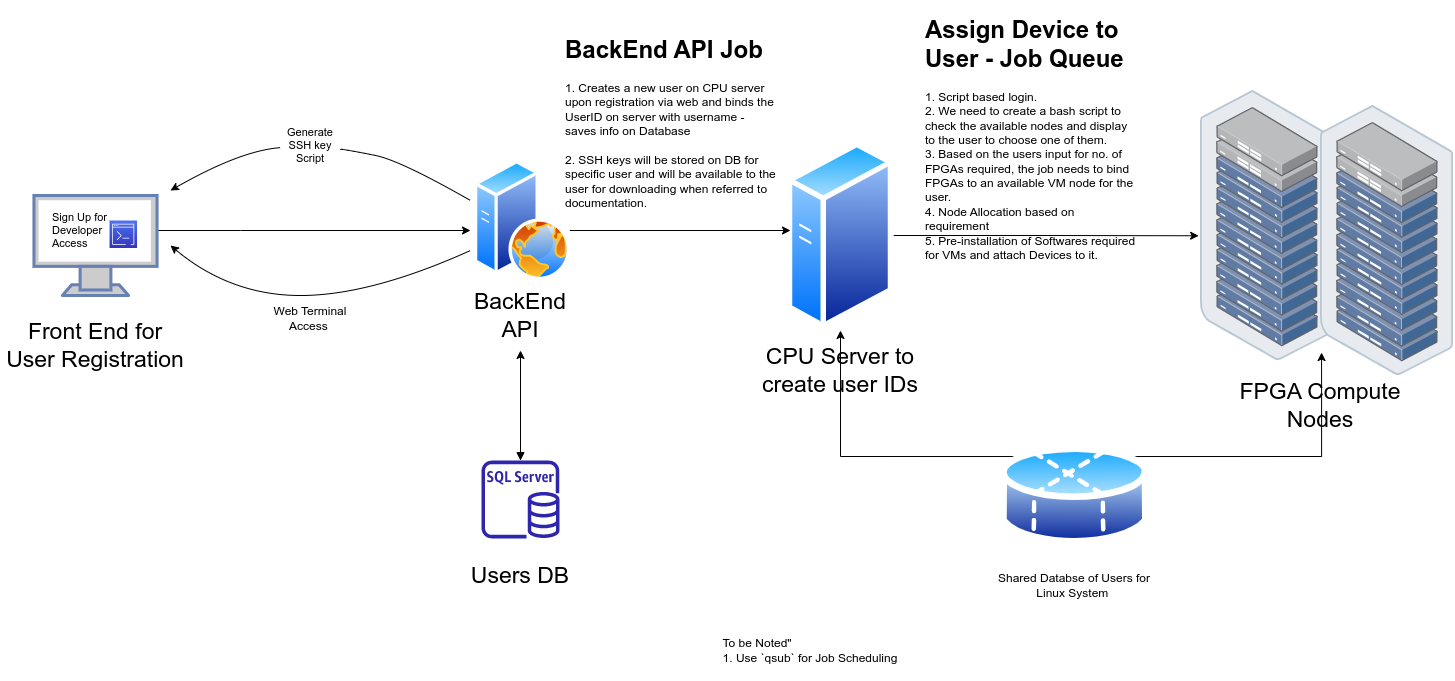
The draw.io diagram Intel DevCloud Flow.drawio.png in belanasaikiran/FlowCharts, before a commit. Source tidied: cells renumbered, new cells last; positions are measured from the earlier drawing's top-left corner, leaving out a move shared by most shapes.
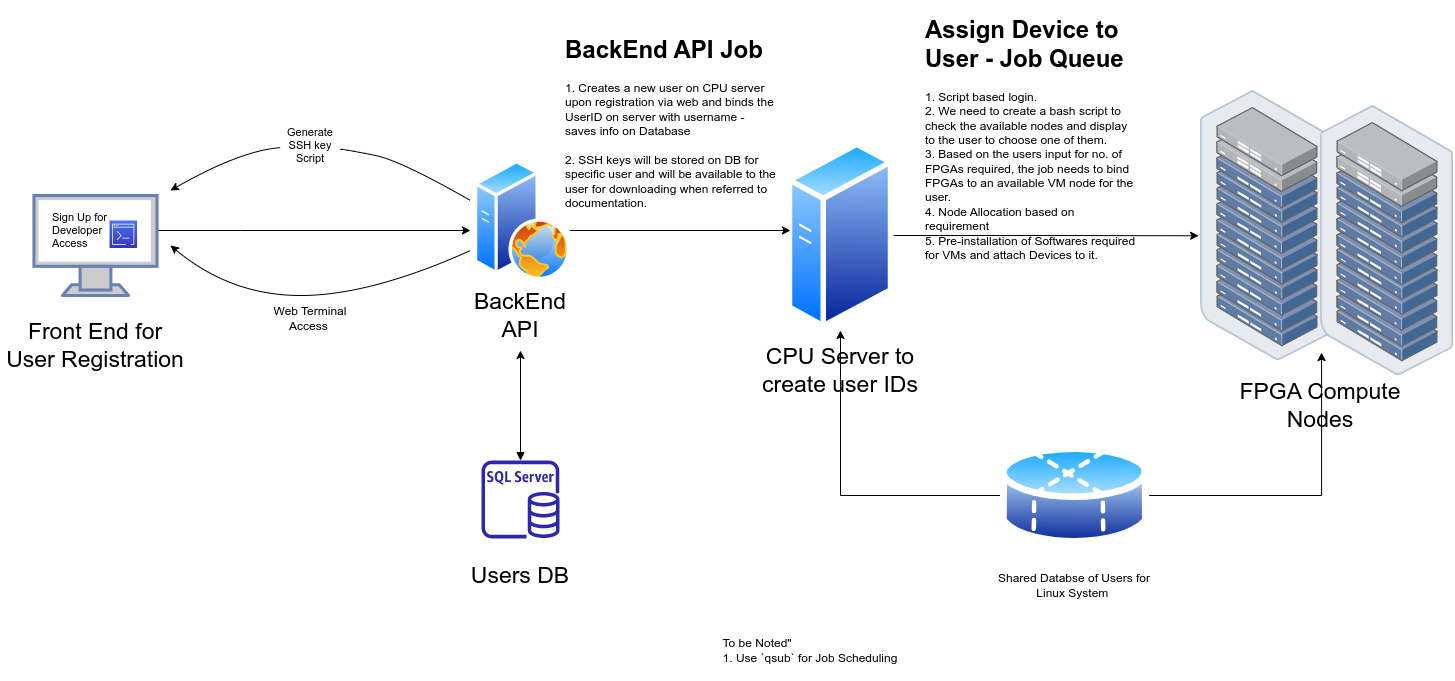
After the change.

The edit, as a diff of the source:
```diff
@@ -123,10 +123,10 @@
     <mxCell id="31" value="&lt;div style=&quot;text-align: left;&quot;&gt;&lt;span style=&quot;background-color: initial;&quot;&gt;To be Noted&quot;&lt;/span&gt;&lt;/div&gt;&lt;div style=&quot;text-align: left;&quot;&gt;&lt;span style=&quot;background-color: initial;&quot;&gt;1. Use `qsub` for Job Scheduling&lt;/span&gt;&lt;/div&gt;" style="text;html=1;strokeColor=none;fillColor=none;align=center;verticalAlign=middle;whiteSpace=wrap;rounded=0;" parent="1" vertex="1">
       <mxGeometry x="700" y="610" width="220" height="60" as="geometry" />
     </mxCell>
-    <mxCell id="32" style="edgeStyle=orthogonalEdgeStyle;rounded=0;jettySize=auto;html=1;exitX=0;exitY=0;exitDx=0;exitDy=0;entryX=0.5;entryY=1;entryDx=0;entryDy=0;" parent="1" edge="1" source="34" target="7">
+    <mxCell id="32" style="edgeStyle=orthogonalEdgeStyle;rounded=0;jettySize=auto;html=1;exitX=0;exitY=0.5;exitDx=0;exitDy=0;entryX=0.5;entryY=1;entryDx=0;entryDy=0;" parent="1" edge="1" source="34" target="7">
       <mxGeometry relative="1" as="geometry" />
     </mxCell>
-    <mxCell id="33" style="edgeStyle=orthogonalEdgeStyle;rounded=0;jettySize=auto;html=1;exitX=1;exitY=0;exitDx=0;exitDy=0;entryX=0.008;entryY=0.915;entryDx=0;entryDy=0;entryPerimeter=0;" parent="1" edge="1" source="34" target="20">
+    <mxCell id="33" style="edgeStyle=orthogonalEdgeStyle;rounded=0;jettySize=auto;html=1;entryX=0.008;entryY=0.915;entryDx=0;entryDy=0;entryPerimeter=0;" parent="1" edge="1" source="34" target="20">
       <mxGeometry relative="1" as="geometry" />
     </mxCell>
     <mxCell id="34" style="perimeter=ellipsePerimeter;html=1;align=center;shadow=0;dashed=0;spacingTop=3;image;image=img/lib/active_directory/database_partition_4.svg;" parent="1" vertex="1">
```
